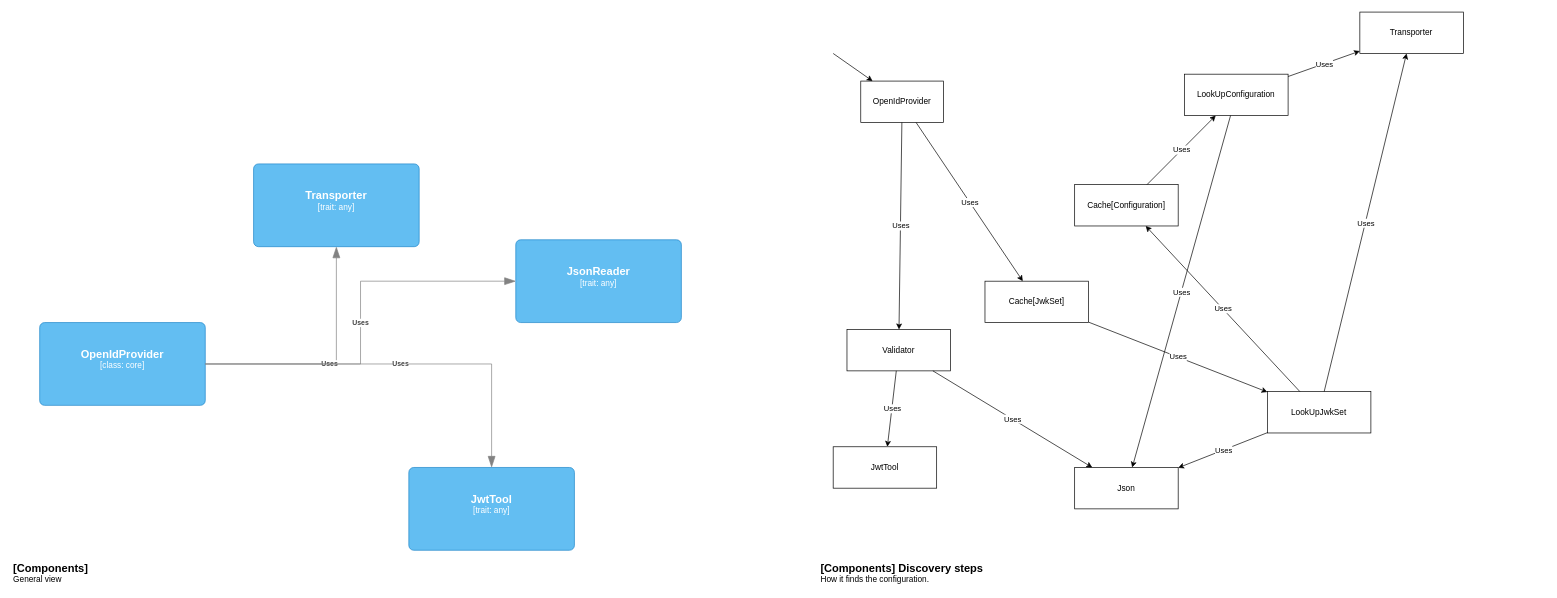
The draw.io diagram doc.drawio in estrondo/moidc4s, before the edit. Source tidied: cells renumbered, new cells numbered last; positions are measured from the earlier drawing's top-left corner, leaving out a move shared by most shapes. Both pictures are drawn from the tidied source at 69%, with x=0, y=0 at pixel (12, 12).
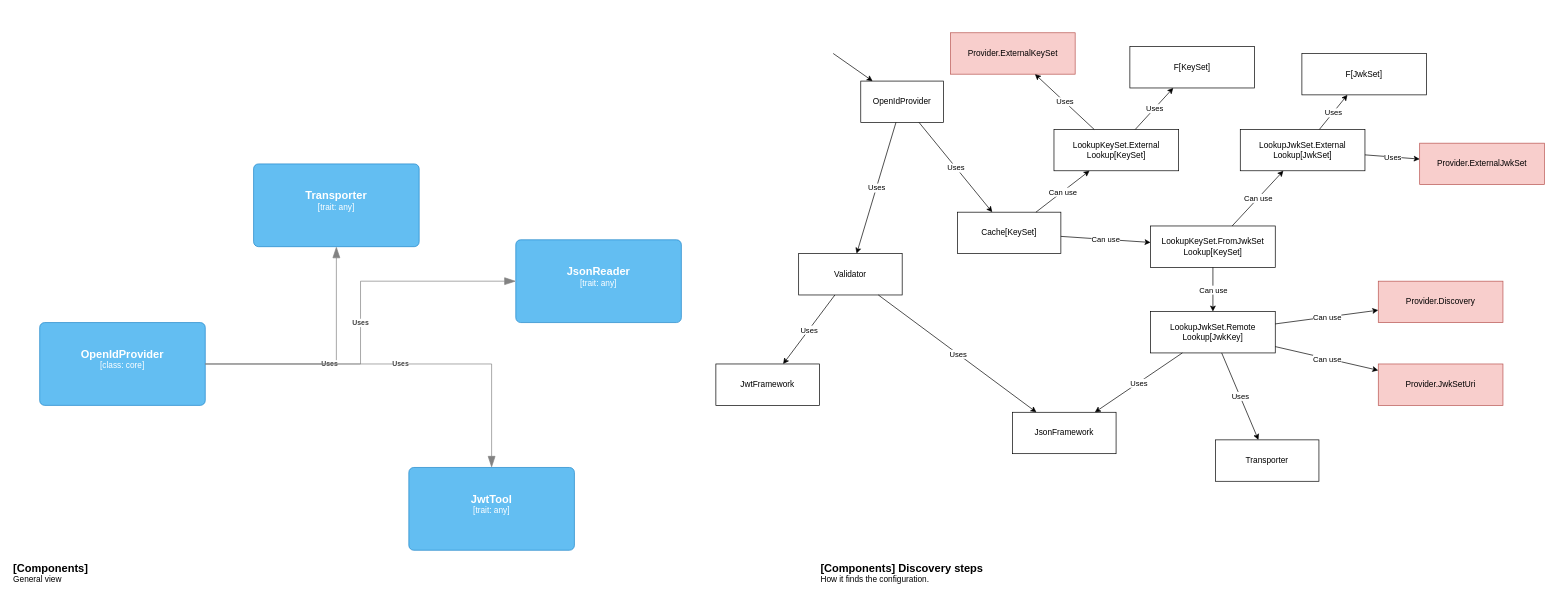
The same page after the edit.

Change to the diagram source:
```diff
@@
-    <mxCell id="13" value="Cache[Configuration]" style="rounded=0;whiteSpace=wrap;html=1;" parent="1" vertex="1">
-      <mxGeometry x="1540" y="250" width="150" height="60" as="geometry" />
-    </mxCell>
-    <mxCell id="14" value="LookUpConfiguration" style="rounded=0;whiteSpace=wrap;html=1;" parent="1" vertex="1">
-      <mxGeometry x="1699.3" y="90" width="150" height="60" as="geometry" />
-    </mxCell>
     <mxCell id="15" value="Transporter" style="rounded=0;whiteSpace=wrap;html=1;" parent="1" vertex="1">
-      <mxGeometry x="1953.3" width="150" height="60" as="geometry" />
+      <mxGeometry x="1744" y="620" width="150" height="60" as="geometry" />
     </mxCell>
-    <mxCell id="16" value="Json" style="rounded=0;whiteSpace=wrap;html=1;" parent="1" vertex="1">
-      <mxGeometry x="1540" y="660" width="150" height="60" as="geometry" />
+    <mxCell id="16" value="JsonFramework" style="rounded=0;whiteSpace=wrap;html=1;" parent="1" vertex="1">
+      <mxGeometry x="1450" y="580" width="150" height="60" as="geometry" />
     </mxCell>
-    <mxCell id="17" value="LookUpJwkSet" style="rounded=0;whiteSpace=wrap;html=1;" parent="1" vertex="1">
-      <mxGeometry x="1819.3" y="550" width="150" height="60" as="geometry" />
-    </mxCell>
-    <mxCell id="18" value="Cache[JwkSet]" style="rounded=0;whiteSpace=wrap;html=1;" parent="1" vertex="1">
-      <mxGeometry x="1410" y="390" width="150" height="60" as="geometry" />
+    <mxCell id="18" value="Cache[KeySet]" style="rounded=0;whiteSpace=wrap;html=1;" parent="1" vertex="1">
+      <mxGeometry x="1370" y="290" width="150" height="60" as="geometry" />
     </mxCell>
-    <mxCell id="19" style="endArrow=classic;html=1;rounded=0;" parent="1" edge="1" source="14" target="15">
-      <mxGeometry relative="1" as="geometry" />
-    </mxCell>
-    <mxCell id="20" value="Uses" style="edgeLabel;html=1;align=center;verticalAlign=middle;" parent="19" vertex="1">
-      <mxGeometry relative="1" as="geometry" />
-    </mxCell>
-    <mxCell id="21" style="endArrow=classic;html=1;rounded=0;" parent="1" edge="1" source="14" target="16">
-      <mxGeometry relative="1" as="geometry" />
-    </mxCell>
-    <mxCell id="22" value="Uses" style="edgeLabel;html=1;align=center;verticalAlign=middle;" parent="21" vertex="1">
-      <mxGeometry relative="1" as="geometry" />
-    </mxCell>
-    <mxCell id="23" style="endArrow=classic;html=1;rounded=0;" parent="1" edge="1" source="17" target="16">
-      <mxGeometry relative="1" as="geometry" />
-    </mxCell>
-    <mxCell id="24" value="Uses" style="edgeLabel;html=1;align=center;verticalAlign=middle;" parent="23" vertex="1">
-      <mxGeometry relative="1" as="geometry" />
-    </mxCell>
-    <mxCell id="25" style="endArrow=classic;html=1;rounded=0;" parent="1" edge="1" source="17" target="15">
-      <mxGeometry relative="1" as="geometry" />
-    </mxCell>
-    <mxCell id="26" value="Uses" style="edgeLabel;html=1;align=center;verticalAlign=middle;" parent="25" vertex="1">
-      <mxGeometry relative="1" as="geometry" />
-    </mxCell>
-    <mxCell id="27" style="endArrow=classic;html=1;rounded=0;" parent="1" edge="1" source="13" target="14">
-      <mxGeometry relative="1" as="geometry" />
-    </mxCell>
-    <mxCell id="28" value="Uses" style="edgeLabel;html=1;align=center;verticalAlign=middle;" parent="27" vertex="1">
-      <mxGeometry relative="1" as="geometry" />
-    </mxCell>
@@
-    <mxCell id="31" style="endArrow=classic;html=1;rounded=0;" parent="1" edge="1" source="18" target="17">
-      <mxGeometry relative="1" as="geometry" />
-    </mxCell>
-    <mxCell id="32" value="Uses" style="edgeLabel;html=1;align=center;verticalAlign=middle;" parent="31" vertex="1">
-      <mxGeometry relative="1" as="geometry" />
-    </mxCell>
-    <mxCell id="33" style="endArrow=classic;html=1;rounded=0;" parent="1" edge="1" source="17" target="13">
-      <mxGeometry relative="1" as="geometry" />
-    </mxCell>
-    <mxCell id="34" value="Uses" style="edgeLabel;html=1;align=center;verticalAlign=middle;" parent="33" vertex="1">
-      <mxGeometry relative="1" as="geometry" />
-    </mxCell>
     <mxCell id="35" value="Validator" style="rounded=0;whiteSpace=wrap;html=1;" parent="1" vertex="1">
-      <mxGeometry x="1210" y="460" width="150" height="60" as="geometry" />
+      <mxGeometry x="1140" y="350" width="150" height="60" as="geometry" />
     </mxCell>
@@
-    <mxCell id="40" value="JwtTool" style="rounded=0;whiteSpace=wrap;html=1;" parent="1" vertex="1">
-      <mxGeometry x="1190" y="630" width="150" height="60" as="geometry" />
+    <mxCell id="40" value="JwtFramework" style="rounded=0;whiteSpace=wrap;html=1;" parent="1" vertex="1">
+      <mxGeometry x="1020" y="510" width="150" height="60" as="geometry" />
     </mxCell>
@@
+    <mxCell id="43" value="LookupKeySet.FromJwkSet&lt;br&gt;Lookup[KeySet]" style="rounded=0;whiteSpace=wrap;html=1;" parent="1" vertex="1">
+      <mxGeometry x="1650" y="310" width="180.7" height="60" as="geometry" />
+    </mxCell>
+    <mxCell id="44" style="endArrow=classic;html=1;rounded=0;" parent="1" edge="1" source="18" target="43">
+      <mxGeometry relative="1" as="geometry" />
+    </mxCell>
+    <mxCell id="45" value="Can use" style="edgeLabel;html=1;align=center;verticalAlign=middle;" parent="44" vertex="1">
+      <mxGeometry relative="1" as="geometry" />
+    </mxCell>
+    <mxCell id="46" value="LookupJwkSet.Remote&lt;br&gt;Lookup[JwkKey]" style="rounded=0;whiteSpace=wrap;html=1;" parent="1" vertex="1">
+      <mxGeometry x="1650" y="434" width="180.7" height="60" as="geometry" />
+    </mxCell>
+    <mxCell id="47" style="endArrow=classic;html=1;rounded=0;" parent="1" edge="1" source="43" target="46">
+      <mxGeometry relative="1" as="geometry" />
+    </mxCell>
+    <mxCell id="48" value="Can use" style="edgeLabel;html=1;align=center;verticalAlign=middle;" parent="47" vertex="1">
+      <mxGeometry relative="1" as="geometry" />
+    </mxCell>
+    <mxCell id="49" value="LookupJwkSet.External&lt;br&gt;Lookup[JwkSet]" style="rounded=0;whiteSpace=wrap;html=1;" parent="1" vertex="1">
+      <mxGeometry x="1780" y="170" width="180.7" height="60" as="geometry" />
+    </mxCell>
+    <mxCell id="50" style="endArrow=classic;html=1;rounded=0;" parent="1" edge="1" source="43" target="49">
+      <mxGeometry relative="1" as="geometry" />
+    </mxCell>
+    <mxCell id="51" value="Can use" style="edgeLabel;html=1;align=center;verticalAlign=middle;" parent="50" vertex="1">
+      <mxGeometry relative="1" as="geometry" />
+    </mxCell>
+    <mxCell id="52" value="F[JwkSet]" style="rounded=0;whiteSpace=wrap;html=1;" parent="1" vertex="1">
+      <mxGeometry x="1869.3" y="60" width="180.7" height="60" as="geometry" />
+    </mxCell>
+    <mxCell id="53" style="endArrow=classic;html=1;rounded=0;" parent="1" edge="1" source="49" target="52">
+      <mxGeometry relative="1" as="geometry" />
+    </mxCell>
+    <mxCell id="54" value="Uses" style="edgeLabel;html=1;align=center;verticalAlign=middle;" parent="53" vertex="1">
+      <mxGeometry relative="1" as="geometry" />
+    </mxCell>
+    <mxCell id="55" style="endArrow=classic;html=1;rounded=0;" parent="1" edge="1" source="46" target="16">
+      <mxGeometry relative="1" as="geometry" />
+    </mxCell>
+    <mxCell id="56" value="Uses" style="edgeLabel;html=1;align=center;verticalAlign=middle;" parent="55" vertex="1">
+      <mxGeometry relative="1" as="geometry" />
+    </mxCell>
+    <mxCell id="57" style="endArrow=classic;html=1;rounded=0;" parent="1" edge="1" source="46" target="15">
+      <mxGeometry relative="1" as="geometry" />
+    </mxCell>
+    <mxCell id="58" value="Uses" style="edgeLabel;html=1;align=center;verticalAlign=middle;" parent="57" vertex="1">
+      <mxGeometry relative="1" as="geometry" />
+    </mxCell>
+    <mxCell id="59" value="LookupKeySet.External&lt;br&gt;Lookup[KeySet]" style="rounded=0;whiteSpace=wrap;html=1;" parent="1" vertex="1">
+      <mxGeometry x="1510" y="170" width="180.7" height="60" as="geometry" />
+    </mxCell>
+    <mxCell id="60" style="endArrow=classic;html=1;rounded=0;" parent="1" edge="1" source="18" target="59">
+      <mxGeometry relative="1" as="geometry" />
+    </mxCell>
+    <mxCell id="61" value="Can use" style="edgeLabel;html=1;align=center;verticalAlign=middle;" parent="60" vertex="1">
+      <mxGeometry relative="1" as="geometry" />
+    </mxCell>
+    <mxCell id="62" value="F[KeySet]" style="rounded=0;whiteSpace=wrap;html=1;" parent="1" vertex="1">
+      <mxGeometry x="1620" y="50" width="180.7" height="60" as="geometry" />
+    </mxCell>
+    <mxCell id="63" style="endArrow=classic;html=1;rounded=0;" parent="1" edge="1" source="59" target="62">
+      <mxGeometry relative="1" as="geometry" />
+    </mxCell>
+    <mxCell id="64" value="Uses" style="edgeLabel;html=1;align=center;verticalAlign=middle;" parent="63" vertex="1">
+      <mxGeometry relative="1" as="geometry" />
+    </mxCell>
+    <mxCell id="65" value="Provider.Discovery" style="rounded=0;whiteSpace=wrap;html=1;fillColor=#f8cecc;strokeColor=#b85450;" parent="1" vertex="1">
+      <mxGeometry x="1980" y="390" width="180.7" height="60" as="geometry" />
+    </mxCell>
+    <mxCell id="66" value="Provider.JwkSetUri" style="rounded=0;whiteSpace=wrap;html=1;fillColor=#f8cecc;strokeColor=#b85450;" parent="1" vertex="1">
+      <mxGeometry x="1980" y="510" width="180.7" height="60" as="geometry" />
+    </mxCell>
+    <mxCell id="67" style="endArrow=classic;html=1;rounded=0;" parent="1" edge="1" source="46" target="65">
+      <mxGeometry relative="1" as="geometry" />
+    </mxCell>
+    <mxCell id="68" value="Can use" style="edgeLabel;html=1;align=center;verticalAlign=middle;" parent="67" vertex="1">
+      <mxGeometry relative="1" as="geometry" />
+    </mxCell>
+    <mxCell id="69" style="endArrow=classic;html=1;rounded=0;" parent="1" edge="1" source="46" target="66">
+      <mxGeometry relative="1" as="geometry" />
+    </mxCell>
+    <mxCell id="70" value="Can use" style="edgeLabel;html=1;align=center;verticalAlign=middle;" parent="69" vertex="1">
+      <mxGeometry relative="1" as="geometry" />
+    </mxCell>
+    <mxCell id="71" value="Provider.ExternalJwkSet" style="rounded=0;whiteSpace=wrap;html=1;fillColor=#f8cecc;strokeColor=#b85450;" parent="1" vertex="1">
+      <mxGeometry x="2040" y="190" width="180.7" height="60" as="geometry" />
+    </mxCell>
+    <mxCell id="72" style="endArrow=classic;html=1;rounded=0;" parent="1" edge="1" source="49" target="71">
+      <mxGeometry relative="1" as="geometry" />
+    </mxCell>
+    <mxCell id="73" value="Uses" style="edgeLabel;html=1;align=center;verticalAlign=middle;" parent="72" vertex="1">
+      <mxGeometry relative="1" as="geometry" />
+    </mxCell>
+    <mxCell id="74" value="Provider.ExternalKeySet" style="rounded=0;whiteSpace=wrap;html=1;fillColor=#f8cecc;strokeColor=#b85450;" parent="1" vertex="1">
+      <mxGeometry x="1360" y="30" width="180.7" height="60" as="geometry" />
+    </mxCell>
+    <mxCell id="75" style="endArrow=classic;html=1;rounded=0;" parent="1" edge="1" source="59" target="74">
+      <mxGeometry relative="1" as="geometry" />
+    </mxCell>
+    <mxCell id="76" value="Uses" style="edgeLabel;html=1;align=center;verticalAlign=middle;" parent="75" vertex="1">
+      <mxGeometry relative="1" as="geometry" />
+    </mxCell>
```
